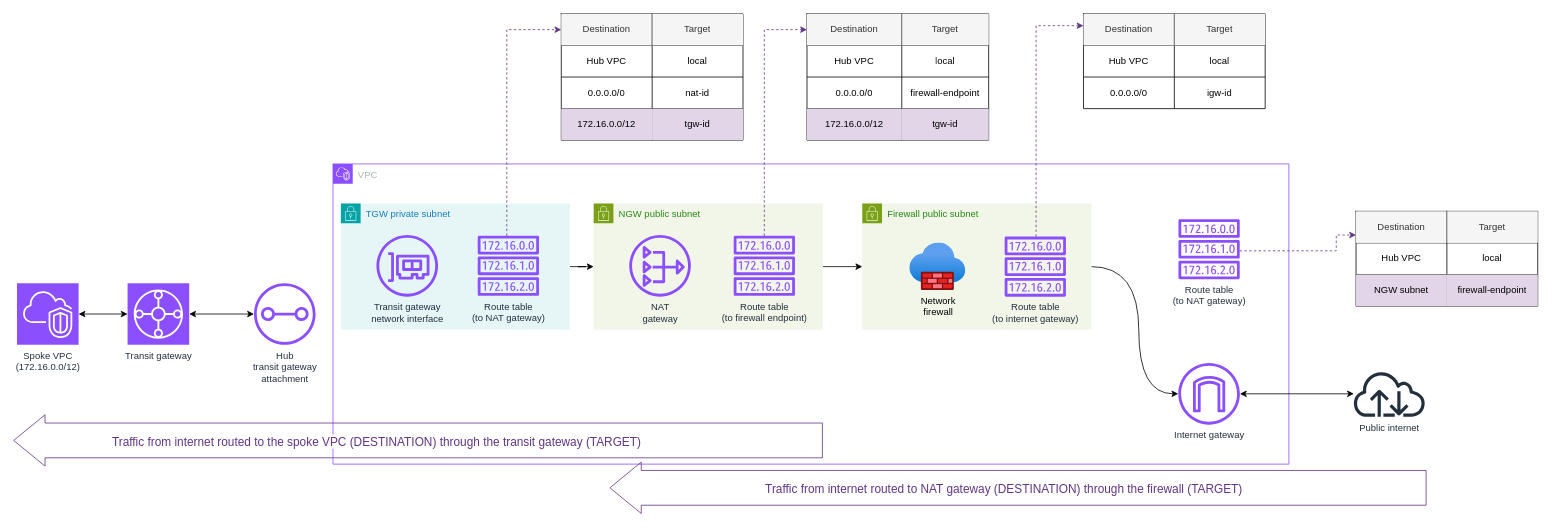
Before: assets/images/portfolio/hubandspoke/raw/igw-to-tgw.drawio in gmarti-web/gmarti-web.github.io, a draw.io diagram. Source tidied: cells renumbered, new cells numbered last; positions are measured from the earlier drawing's top-left corner, leaving out a move shared by most shapes. Both pictures are drawn from the tidied source at 79%, with x=0, y=0 at pixel (13, 13).
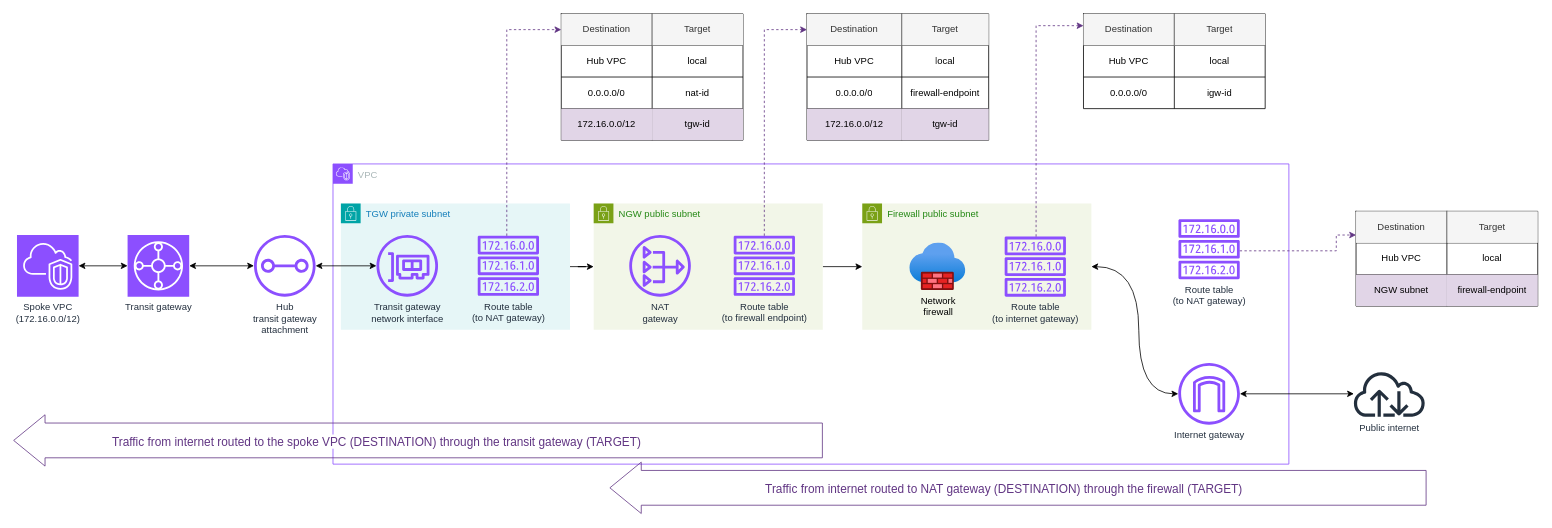
Above is the later version.

The change refers to these unchanged cells:
```xml
<mxCell id="2" value="VPC" style="gradientColor=none;html=1;whiteSpace=wrap;fontSize=12;fontStyle=0;shape=mxgraph.aws4.group;grIcon=mxgraph.aws4.group_vpc2;strokeColor=#8C4FFF;fillColor=none;verticalAlign=top;align=left;spacingLeft=30;fontColor=#AAB7B8;dashed=0;" parent="1" vertex="1">
  <mxGeometry x="405" y="190" width="1210" height="380" as="geometry" />
</mxCell>
<mxCell id="8" value="Firewall public subnet" style="points=[[0,0],[0.25,0],[0.5,0],[0.75,0],[1,0],[1,0.25],[1,0.5],[1,0.75],[1,1],[0.75,1],[0.5,1],[0.25,1],[0,1],[0,0.75],[0,0.5],[0,0.25]];outlineConnect=0;gradientColor=none;html=1;whiteSpace=wrap;fontSize=12;fontStyle=0;shape=mxgraph.aws4.group;grIcon=mxgraph.aws4.group_security_group;grStroke=0;strokeColor=#7AA116;fillColor=#F2F6E8;verticalAlign=top;align=left;spacingLeft=30;fontColor=#248814;dashed=0;" parent="2" vertex="1">
  <mxGeometry x="670" y="50" width="290" height="160" as="geometry" />
</mxCell>
<mxCell id="11" value="Internet gateway" style="sketch=0;outlineConnect=0;fontColor=#232F3E;gradientColor=none;fillColor=#8C4FFF;strokeColor=none;dashed=0;verticalLabelPosition=bottom;verticalAlign=top;align=center;html=1;fontSize=12;fontStyle=0;shape=mxgraph.aws4.internet_gateway;" parent="2" vertex="1">
  <mxGeometry x="1070" y="252" width="78" height="78" as="geometry" />
</mxCell>
<mxCell id="15" value="&lt;div&gt;Transit gateway&lt;/div&gt;&lt;div&gt;network interface&lt;/div&gt;" style="sketch=0;outlineConnect=0;fontColor=#232F3E;gradientColor=none;fillColor=#8C4FFF;strokeColor=none;dashed=0;verticalLabelPosition=bottom;verticalAlign=top;align=center;html=1;fontSize=12;fontStyle=0;shape=mxgraph.aws4.elastic_network_interface;" parent="13" vertex="1">
  <mxGeometry x="45" y="40" width="78" height="78" as="geometry" />
</mxCell>
```

Diff of the diagram source:
```diff
@@
-    <mxCell id="7" style="edgeStyle=orthogonalEdgeStyle;rounded=0;jettySize=auto;html=1;curved=1;" parent="2" edge="1" source="8" target="11">
+    <mxCell id="7" style="edgeStyle=orthogonalEdgeStyle;rounded=0;jettySize=auto;html=1;curved=1;startArrow=classic;startFill=1;" parent="2" edge="1" source="8" target="11">
       <mxGeometry relative="1" as="geometry">
         <Array as="points">
           <mxPoint x="1020" y="130" />
           <mxPoint x="1020" y="291" />
         </Array>
       </mxGeometry>
     </mxCell>
@@
     <mxCell id="74" value="&lt;div&gt;Spoke VPC&lt;/div&gt;&lt;div&gt;(172.16.0.0/12)&lt;/div&gt;" style="sketch=0;points=[[0,0,0],[0.25,0,0],[0.5,0,0],[0.75,0,0],[1,0,0],[0,1,0],[0.25,1,0],[0.5,1,0],[0.75,1,0],[1,1,0],[0,0.25,0],[0,0.5,0],[0,0.75,0],[1,0.25,0],[1,0.5,0],[1,0.75,0]];outlineConnect=0;fontColor=#232F3E;fillColor=#8C4FFF;strokeColor=#ffffff;dashed=0;verticalLabelPosition=bottom;verticalAlign=top;align=center;html=1;fontSize=12;fontStyle=0;shape=mxgraph.aws4.resourceIcon;resIcon=mxgraph.aws4.vpc;" parent="1" vertex="1">
-      <mxGeometry x="5" y="341" width="78" height="78" as="geometry" />
+      <mxGeometry x="5" y="280" width="78" height="78" as="geometry" />
     </mxCell>
+    <mxCell id="78" style="edgeStyle=orthogonalEdgeStyle;rounded=0;jettySize=auto;html=1;startArrow=classic;startFill=1;" parent="1" edge="1" source="75" target="15">
+      <mxGeometry relative="1" as="geometry" />
+    </mxCell>
     <mxCell id="75" value="&lt;div&gt;Hub&lt;/div&gt;&lt;div&gt;transit gateway&lt;/div&gt;&lt;div&gt;attachment&lt;/div&gt;" style="sketch=0;outlineConnect=0;fontColor=#232F3E;gradientColor=none;fillColor=#8C4FFF;strokeColor=none;dashed=0;verticalLabelPosition=bottom;verticalAlign=top;align=center;html=1;fontSize=12;fontStyle=0;shape=mxgraph.aws4.transit_gateway_attachment;" parent="1" vertex="1">
-      <mxGeometry x="305" y="341" width="78" height="78" as="geometry" />
+      <mxGeometry x="305" y="280" width="78" height="78" as="geometry" />
     </mxCell>
@@
     <mxCell id="77" value="Transit gateway" style="sketch=0;points=[[0,0,0],[0.25,0,0],[0.5,0,0],[0.75,0,0],[1,0,0],[0,1,0],[0.25,1,0],[0.5,1,0],[0.75,1,0],[1,1,0],[0,0.25,0],[0,0.5,0],[0,0.75,0],[1,0.25,0],[1,0.5,0],[1,0.75,0]];outlineConnect=0;fontColor=#232F3E;fillColor=#8C4FFF;strokeColor=#ffffff;dashed=0;verticalLabelPosition=bottom;verticalAlign=top;align=center;html=1;fontSize=12;fontStyle=0;shape=mxgraph.aws4.resourceIcon;resIcon=mxgraph.aws4.transit_gateway;" parent="1" vertex="1">
-      <mxGeometry x="145" y="341" width="78" height="78" as="geometry" />
+      <mxGeometry x="145" y="280" width="78" height="78" as="geometry" />
     </mxCell>
```
